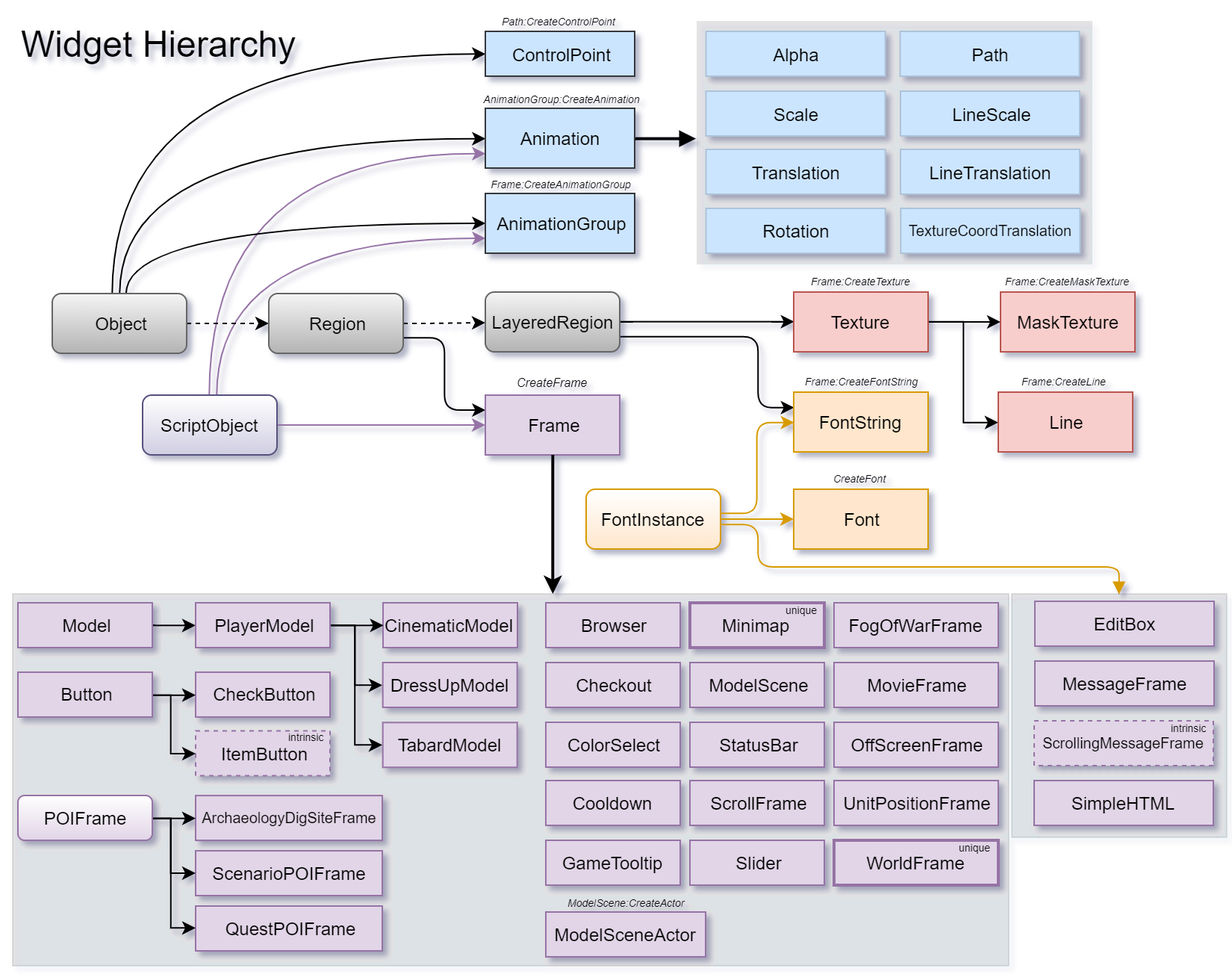
Earlier version of the draw.io export Resources/WidgetHierarchy.png (Ketho/BlizzardInterfaceResources). Source tidied: cells renumbered, new cells last; positions are measured from the earlier drawing's top-left corner, leaving out a move shared by most shapes.
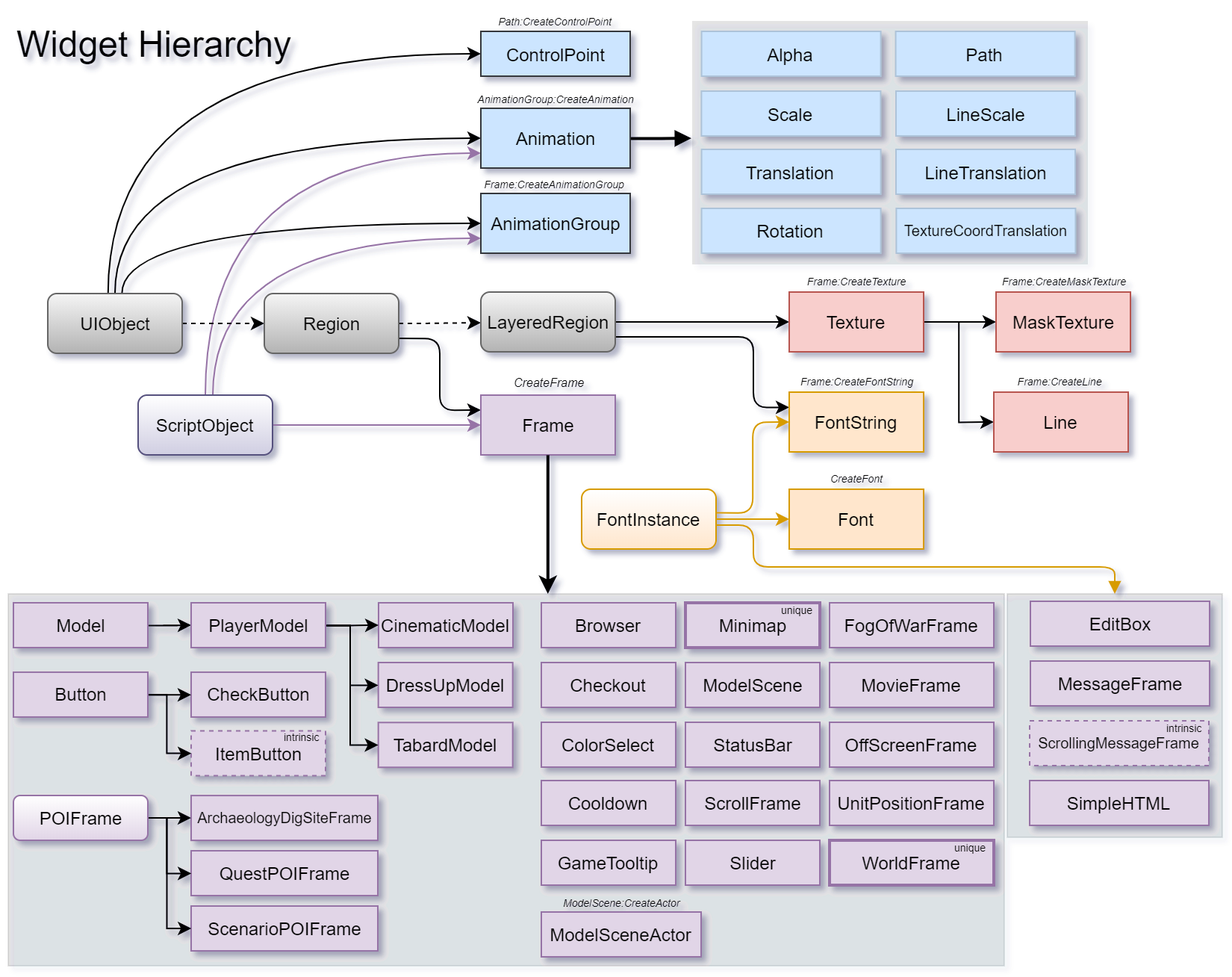
After the commit.

Change to the diagram source:
```diff
@@ -26,7 +26,7 @@
     <mxCell id="9" style="edgeStyle=orthogonalEdgeStyle;rounded=1;jumpStyle=arc;jettySize=auto;html=1;entryX=0;entryY=0.5;entryDx=0;entryDy=0;shadow=0;labelBackgroundColor=none;endArrow=classic;endFill=1;targetPerimeterSpacing=0;strokeColor=#000000;fontSize=10;curved=1;exitX=0.5;exitY=0;exitDx=0;exitDy=0;" parent="1" edge="1" source="10" target="51">
       <mxGeometry relative="1" as="geometry" />
     </mxCell>
-    <mxCell id="10" value="Object" style="rounded=1;whiteSpace=wrap;html=1;fillColor=#f5f5f5;strokeColor=#666666;gradientColor=#b3b3b3;" parent="1" vertex="1">
+    <mxCell id="10" value="UIObject" style="rounded=1;whiteSpace=wrap;html=1;fillColor=#f5f5f5;strokeColor=#666666;gradientColor=#b3b3b3;" parent="1" vertex="1">
       <mxGeometry x="26.5" y="192" width="90" height="40" as="geometry" />
     </mxCell>
     <mxCell id="11" style="jettySize=auto;html=1;fillColor=#f5f5f5;strokeColor=#000000;gradientColor=#b3b3b3;rounded=0;dashed=1;" parent="1" edge="1" source="13" target="16">
@@ -207,10 +207,10 @@
     <mxCell id="64" style="rounded=0;whiteSpace=wrap;html=1;fillColor=#000000;opacity=10;" parent="1" vertex="1">
       <mxGeometry y="393" width="667" height="249" as="geometry" />
     </mxCell>
-    <mxCell id="65" value="ScenarioPOIFrame&lt;br style=&quot;font-size: 12px;&quot;&gt;" style="rounded=0;whiteSpace=wrap;html=1;shadow=0;glass=0;comic=0;strokeColor=#9673a6;fillColor=#e1d5e7;fontSize=12;flipV=0;" parent="1" vertex="1">
+    <mxCell id="65" value="&lt;span style=&quot;white-space: normal&quot;&gt;QuestPOIFrame&lt;/span&gt;" style="rounded=0;whiteSpace=wrap;html=1;shadow=0;glass=0;comic=0;strokeColor=#9673a6;fillColor=#e1d5e7;fontSize=12;flipV=0;" parent="1" vertex="1">
       <mxGeometry x="122.5" y="565" width="125" height="30" as="geometry" />
     </mxCell>
-    <mxCell id="66" value="&lt;font style=&quot;font-size: 12px;&quot;&gt;QuestPOIFrame&lt;/font&gt;&lt;br style=&quot;font-size: 12px;&quot;&gt;" style="rounded=0;whiteSpace=wrap;html=1;shadow=0;glass=0;comic=0;strokeColor=#9673a6;fillColor=#e1d5e7;fontSize=12;flipV=1;flipH=1;" parent="1" vertex="1">
+    <mxCell id="66" value="&lt;font style=&quot;font-size: 12px&quot;&gt;ScenarioPOIFrame&lt;/font&gt;" style="rounded=0;whiteSpace=wrap;html=1;shadow=0;glass=0;comic=0;strokeColor=#9673a6;fillColor=#e1d5e7;fontSize=12;flipV=1;flipH=1;" parent="1" vertex="1">
       <mxGeometry x="122.5" y="602" width="125" height="30" as="geometry" />
     </mxCell>
     <mxCell id="67" value="&lt;font style=&quot;font-size: 12px;&quot;&gt;OffScreenFrame&lt;/font&gt;&lt;br style=&quot;font-size: 12px;&quot;&gt;" style="rounded=0;whiteSpace=wrap;html=1;shadow=0;glass=0;comic=0;strokeColor=#9673a6;fillColor=#e1d5e7;fontSize=12;flipV=1;" parent="1" vertex="1">
```
